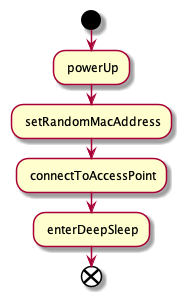
This is paper/fig/sequence_deep_sleep.png from widmannthomas/dibse_integratives_gesamt_projekt, a PlantUML export, as it was before one commit.
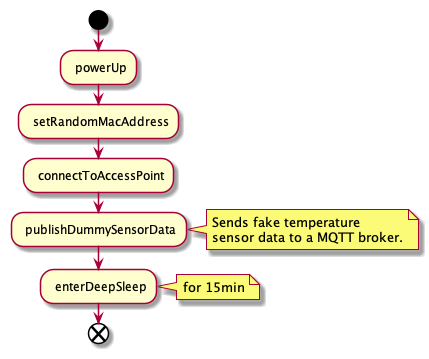
Later version of the same file.

Commit message:
sleep modes analysis

What changed in the source:
```diff
@@ -4,7 +4,15 @@
 : powerUp;
 : setRandomMacAddress;
 : connectToAccessPoint;
+: publishDummySensorData;
+note right
+    Sends fake temperature
+    sensor data to a MQTT broker.
+end note
 : enterDeepSleep;
+note right
+    for 15min
+end note
 
 end
 @enduml
```
